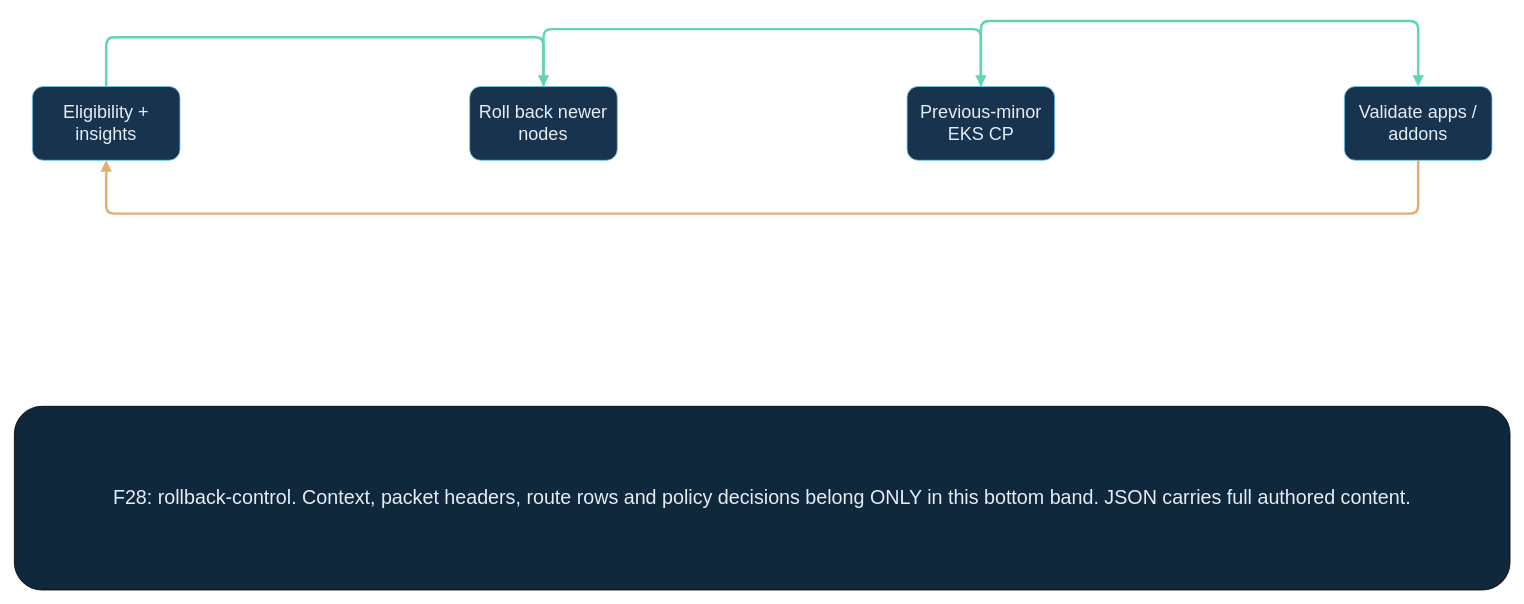
This is page "F28 Conditional EKS seven-day previous-minor rollback" (28 of 37) of class/diagrams/eks-scenarios.drawio from ccaiccie/awseks, a draw.io file, before an edit. Source tidied: cells renumbered, new cells numbered last; positions are measured from the earlier drawing's top-left corner, leaving out a move shared by most shapes. Both pictures are drawn from the tidied source at 82%, with x=0, y=0 at pixel (14, 20).
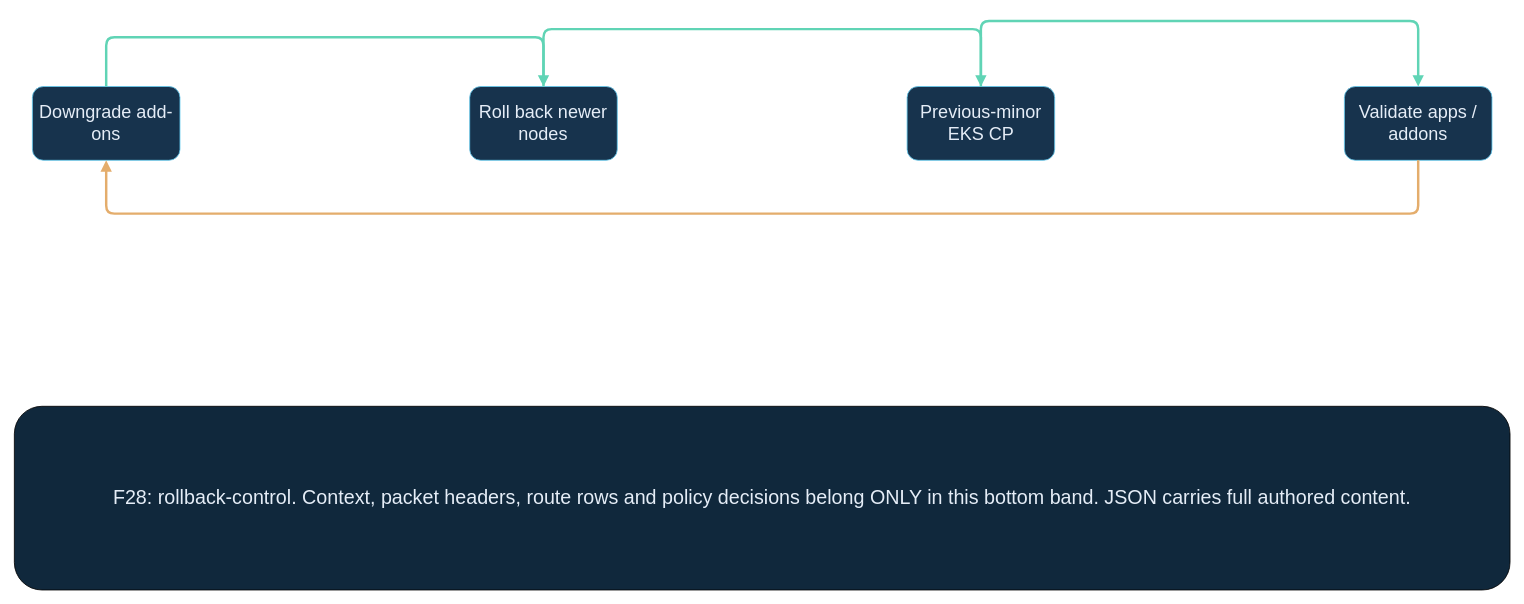
The same diagram, later.

What changed in the source:
```diff
@@
 <mxGraphModel>
   <root>
     <mxCell id="0" />
     <mxCell id="1" parent="0" />
-    <mxCell id="2" value="Eligibility + insights" style="rounded=1;whiteSpace=wrap;html=0;fillColor=#17334d;fontColor=#e5edf7;strokeColor=#64c9ee;fontSize=22;" parent="1" vertex="1">
+    <mxCell id="2" value="Downgrade add-ons" style="rounded=1;whiteSpace=wrap;html=0;fillColor=#17334d;fontColor=#e5edf7;strokeColor=#64c9ee;fontSize=22;" parent="1" vertex="1">
       <mxGeometry x="22" y="80" width="180" height="90" as="geometry" />
     </mxCell>
     <mxCell id="3" value="Roll back newer nodes" style="rounded=1;whiteSpace=wrap;html=0;fillColor=#17334d;fontColor=#e5edf7;strokeColor=#64c9ee;fontSize=22;" parent="1" vertex="1">
       <mxGeometry x="555.3" y="80" width="180" height="90" as="geometry" />
     </mxCell>
     <mxCell id="4" value="Previous-minor EKS CP" style="rounded=1;whiteSpace=wrap;html=0;fillColor=#17334d;fontColor=#e5edf7;strokeColor=#64c9ee;fontSize=22;" parent="1" vertex="1">
       <mxGeometry x="1088.7" y="80" width="180" height="90" as="geometry" />
     </mxCell>
     <mxCell id="5" value="Validate apps / addons" style="rounded=1;whiteSpace=wrap;html=0;fillColor=#17334d;fontColor=#e5edf7;strokeColor=#64c9ee;fontSize=22;" parent="1" vertex="1">
       <mxGeometry x="1622" y="80" width="180" height="90" as="geometry" />
     </mxCell>
     <mxCell id="6" style="edgeStyle=none;exitX=0.5;exitY=0;entryX=0.5;entryY=0;strokeColor=#60d4b5;strokeWidth=3;endArrow=block;" parent="1" edge="1" source="2" target="3">
       <mxGeometry relative="1" as="geometry">
         <Array as="points">
           <mxPoint x="112" y="20" />
           <mxPoint x="645.3" y="20" />
         </Array>
       </mxGeometry>
     </mxCell>
     <mxCell id="7" style="edgeStyle=none;exitX=0.5;exitY=0;entryX=0.5;entryY=0;strokeColor=#60d4b5;strokeWidth=3;endArrow=block;" parent="1" edge="1" source="3" target="4">
       <mxGeometry relative="1" as="geometry">
         <Array as="points">
           <mxPoint x="645.3" y="10" />
           <mxPoint x="1178.7" y="10" />
         </Array>
       </mxGeometry>
     </mxCell>
     <mxCell id="8" style="edgeStyle=none;exitX=0.5;exitY=0;entryX=0.5;entryY=0;strokeColor=#60d4b5;strokeWidth=3;endArrow=block;" parent="1" edge="1" source="4" target="5">
       <mxGeometry relative="1" as="geometry">
         <Array as="points">
           <mxPoint x="1178.7" />
           <mxPoint x="1712" />
         </Array>
       </mxGeometry>
     </mxCell>
     <mxCell id="9" style="edgeStyle=none;exitX=0.5;exitY=1;entryX=0.5;entryY=1;strokeColor=#e4ad6c;strokeWidth=3;endArrow=block;" parent="1" edge="1" source="5" target="2">
       <mxGeometry relative="1" as="geometry">
         <Array as="points">
           <mxPoint x="1712" y="235" />
           <mxPoint x="112" y="235" />
         </Array>
       </mxGeometry>
     </mxCell>
     <mxCell id="10" value="F28: rollback-control. Context, packet headers, route rows and policy decisions belong ONLY in this bottom band. JSON carries full authored content." style="rounded=1;whiteSpace=wrap;html=0;fillColor=#10283c;fontColor=#e5edf7;fontSize=24;" parent="1" vertex="1">
       <mxGeometry y="470" width="1824" height="224" as="geometry" />
     </mxCell>
   </root>
 </mxGraphModel>
```
